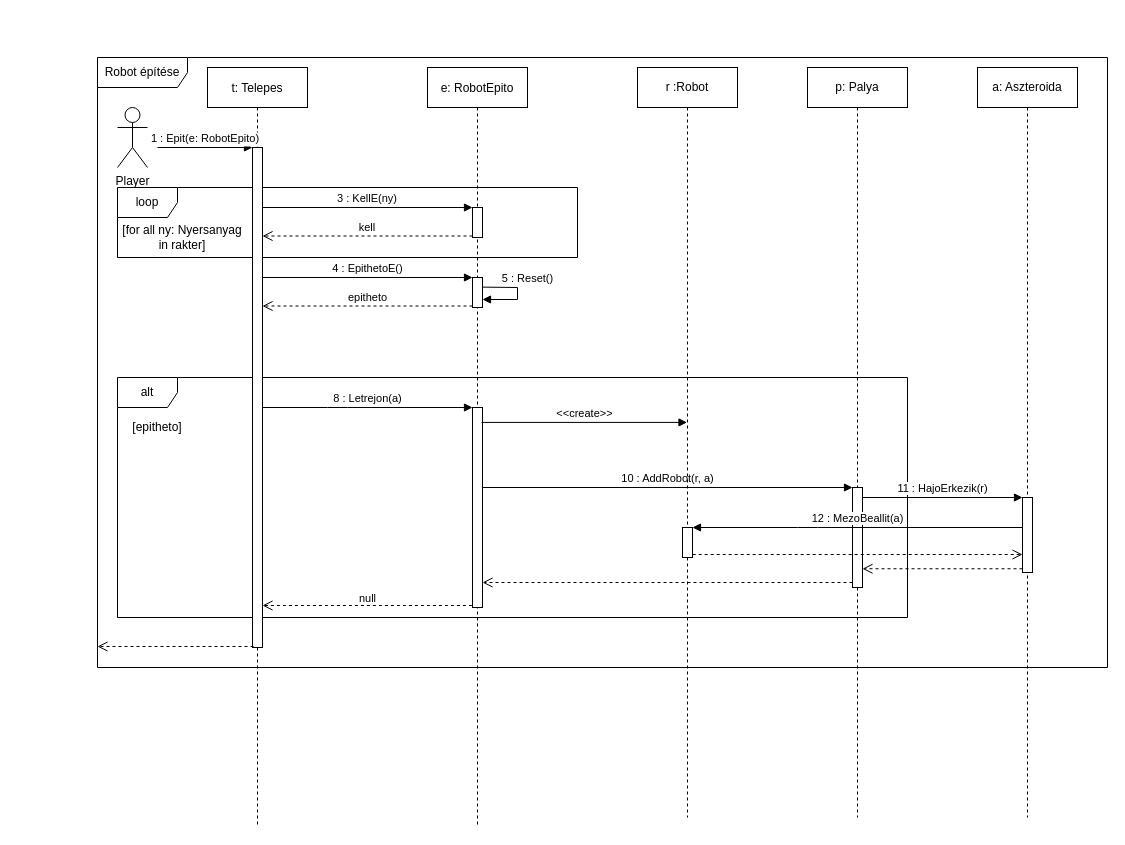
Earlier version of the draw.io diagram doc/uml/szekvencia_robotEpit.drawio (torpeBoiGo/aszteroidabanyaszat). Source tidied: cells renumbered, new cells numbered last; positions are measured from the earlier drawing's top-left corner, leaving out a move shared by most shapes. Both pictures are drawn from the tidied source at 100%, with x=0, y=0 at pixel (97, 57).
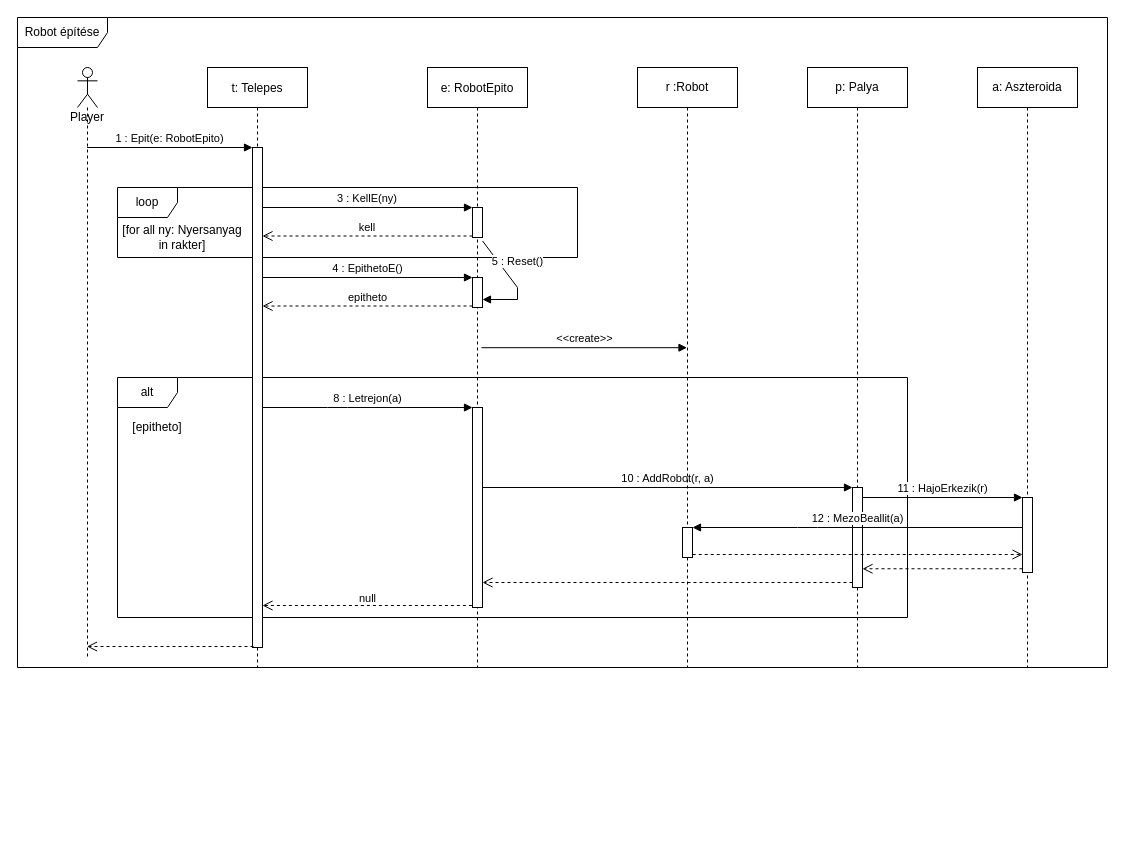
After the change.

Unchanged cells that the change refers to:
```xml
<mxCell id="7" style="html=1;points=[];perimeter=orthogonalPerimeter;" parent="5" vertex="1">
  <mxGeometry x="45" y="80" width="10" height="500" as="geometry" />
</mxCell>
```

Diff of the diagram source:
```diff
@@
+    <mxCell id="36" value="Robot építése" style="shape=umlFrame;whiteSpace=wrap;html=1;width=90;height=30;" parent="1" vertex="1">
+      <mxGeometry x="-80" y="-40" width="1090" height="650" as="geometry" />
+    </mxCell>
@@
     <mxCell id="5" value="t: Telepes" style="shape=umlLifeline;perimeter=lifelinePerimeter;rounded=0;shadow=0;strokeWidth=1;" parent="1" vertex="1">
-      <mxGeometry x="110" y="10" width="100" height="760" as="geometry" />
+      <mxGeometry x="110" y="10" width="100" height="600" as="geometry" />
     </mxCell>
-    <mxCell id="6" value="1 : Epit(e: RobotEpito)" style="verticalAlign=bottom;startArrow=none;endArrow=block;startSize=8;shadow=0;strokeWidth=1;startFill=0;" parent="5" edge="1">
+    <mxCell id="6" value="1 : Epit(e: RobotEpito)" style="verticalAlign=bottom;startArrow=none;endArrow=block;startSize=8;shadow=0;strokeWidth=1;startFill=0;" parent="5" edge="1" source="35">
       <mxGeometry relative="1" as="geometry">
-        <mxPoint x="-50" y="80" as="sourcePoint" />
         <mxPoint x="45" y="80" as="targetPoint" />
       </mxGeometry>
     </mxCell>
@@
     <mxCell id="8" value="e: RobotEpito" style="shape=umlLifeline;perimeter=lifelinePerimeter;rounded=0;shadow=0;strokeWidth=1;" parent="1" vertex="1">
-      <mxGeometry x="330" y="10" width="100" height="760" as="geometry" />
+      <mxGeometry x="330" y="10" width="100" height="600" as="geometry" />
     </mxCell>
@@
     <mxCell id="18" value="p: Palya" style="shape=umlLifeline;perimeter=lifelinePerimeter;whiteSpace=wrap;html=1;" parent="1" vertex="1">
-      <mxGeometry x="710" y="10" width="100" height="750" as="geometry" />
+      <mxGeometry x="710" y="10" width="100" height="600" as="geometry" />
     </mxCell>
@@
     <mxCell id="22" value="a: Aszteroida" style="shape=umlLifeline;perimeter=lifelinePerimeter;whiteSpace=wrap;html=1;" parent="1" vertex="1">
-      <mxGeometry x="880" y="10" width="100" height="750" as="geometry" />
+      <mxGeometry x="880" y="10" width="100" height="600" as="geometry" />
     </mxCell>
@@
-    <mxCell id="28" style="html=1;verticalAlign=bottom;endArrow=open;dashed=1;endSize=8;exitX=0.1;exitY=0.998;exitDx=0;exitDy=0;exitPerimeter=0;" parent="1" edge="1" source="7">
-      <mxGeometry relative="1" as="geometry">
-        <mxPoint y="589" as="targetPoint" />
-      </mxGeometry>
+    <mxCell id="28" style="html=1;verticalAlign=bottom;endArrow=open;dashed=1;endSize=8;exitX=0.1;exitY=0.998;exitDx=0;exitDy=0;exitPerimeter=0;" parent="1" edge="1" source="7" target="35">
+      <mxGeometry relative="1" as="geometry" />
     </mxCell>
@@
     <mxCell id="32" value="r :Robot" style="shape=umlLifeline;perimeter=lifelinePerimeter;whiteSpace=wrap;html=1;outlineConnect=0;" parent="1" vertex="1">
-      <mxGeometry x="540" y="10" width="100" height="750" as="geometry" />
+      <mxGeometry x="540" y="10" width="100" height="600" as="geometry" />
     </mxCell>
@@
-    <mxCell id="35" value="Player" style="shape=umlActor;verticalLabelPosition=bottom;verticalAlign=top;html=1;outlineConnect=0;" parent="1" vertex="1">
-      <mxGeometry x="20" y="50" width="30" height="60" as="geometry" />
+    <mxCell id="35" value="Player" style="shape=umlLifeline;participant=umlActor;perimeter=lifelinePerimeter;whiteSpace=wrap;html=1;verticalAlign=top;spacingTop=36;outlineConnect=0;" parent="1" vertex="1">
+      <mxGeometry x="-20" y="10" width="20" height="590" as="geometry" />
     </mxCell>
-    <mxCell id="36" value="Robot építése" style="shape=umlFrame;whiteSpace=wrap;html=1;width=90;height=30;" parent="1" vertex="1">
-      <mxGeometry width="1010" height="610" as="geometry" />
-    </mxCell>
```
